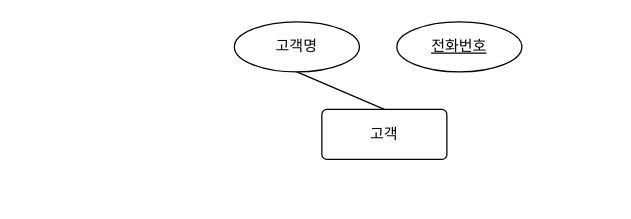
kparkjun/erd keeps this draw.io diagram as 제목 없는 다이어그램.drawio. Above is the earlier version. Source tidied: cells renumbered, new cells numbered last; positions are measured from the earlier drawing's top-left corner, leaving out a move shared by most shapes. Both pictures are drawn from the tidied source at 125%, with x=0, y=0 at pixel (234, 21).
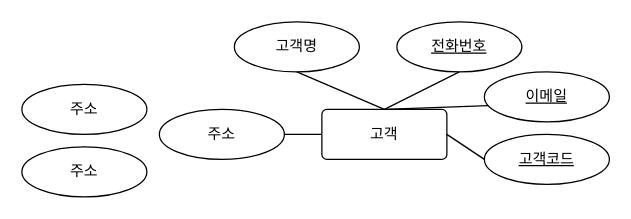
Above is the later version.

Commit message:
제목 없는 다이어그램.drawio 업데이트

The edit, as a diff of the source:
```diff
@@
 <mxGraphModel>
   <root>
     <mxCell id="0" />
     <mxCell id="1" parent="0" />
     <mxCell id="2" value="고객" style="rounded=1;arcSize=10;whiteSpace=wrap;html=1;align=center;" parent="1" vertex="1">
       <mxGeometry x="70" y="70" width="100" height="40" as="geometry" />
     </mxCell>
     <mxCell id="3" value="고객명" style="ellipse;whiteSpace=wrap;html=1;align=center;" parent="1" vertex="1">
       <mxGeometry width="100" height="40" as="geometry" />
     </mxCell>
     <mxCell id="4" style="endArrow=none;html=1;rounded=0;exitX=0.5;exitY=1;exitDx=0;exitDy=0;entryX=0.5;entryY=0;entryDx=0;entryDy=0;" parent="1" edge="1" source="3" target="2">
       <mxGeometry relative="1" as="geometry" />
     </mxCell>
     <mxCell id="5" value="전화번호" style="ellipse;whiteSpace=wrap;html=1;align=center;fontStyle=4;" parent="1" vertex="1">
       <mxGeometry x="130" width="100" height="40" as="geometry" />
     </mxCell>
+    <mxCell id="6" style="endArrow=none;html=1;rounded=0;exitX=0.5;exitY=1;exitDx=0;exitDy=0;" parent="1" edge="1" source="5">
+      <mxGeometry relative="1" as="geometry">
+        <mxPoint x="120" y="70" as="targetPoint" />
+      </mxGeometry>
+    </mxCell>
+    <mxCell id="7" value="이메일" style="ellipse;whiteSpace=wrap;html=1;align=center;fontStyle=4;" parent="1" vertex="1">
+      <mxGeometry x="200" y="40" width="100" height="40" as="geometry" />
+    </mxCell>
+    <mxCell id="8" style="endArrow=none;html=1;rounded=0;exitX=0.03;exitY=0.675;exitDx=0;exitDy=0;exitPerimeter=0;entryX=0.5;entryY=0;entryDx=0;entryDy=0;" parent="1" edge="1" source="7" target="2">
+      <mxGeometry relative="1" as="geometry" />
+    </mxCell>
+    <mxCell id="9" value="고객코드" style="ellipse;whiteSpace=wrap;html=1;align=center;fontStyle=4;" parent="1" vertex="1">
+      <mxGeometry x="200" y="90" width="100" height="40" as="geometry" />
+    </mxCell>
+    <mxCell id="10" style="endArrow=none;html=1;rounded=0;exitX=0;exitY=0.5;exitDx=0;exitDy=0;entryX=1;entryY=0.5;entryDx=0;entryDy=0;" parent="1" edge="1" source="9" target="2">
+      <mxGeometry relative="1" as="geometry" />
+    </mxCell>
+    <mxCell id="11" value="주소" style="ellipse;whiteSpace=wrap;html=1;align=center;" parent="1" vertex="1">
+      <mxGeometry x="-60" y="70" width="100" height="40" as="geometry" />
+    </mxCell>
+    <mxCell id="12" style="endArrow=none;html=1;rounded=0;exitX=1;exitY=0.5;exitDx=0;exitDy=0;entryX=0;entryY=0.5;entryDx=0;entryDy=0;" parent="1" edge="1" source="11" target="2">
+      <mxGeometry relative="1" as="geometry" />
+    </mxCell>
+    <mxCell id="13" value="주소" style="ellipse;whiteSpace=wrap;html=1;align=center;" parent="1" vertex="1">
+      <mxGeometry x="-170" y="50" width="100" height="40" as="geometry" />
+    </mxCell>
+    <mxCell id="14" value="주소" style="ellipse;whiteSpace=wrap;html=1;align=center;" parent="1" vertex="1">
+      <mxGeometry x="-170" y="100" width="100" height="40" as="geometry" />
+    </mxCell>
   </root>
 </mxGraphModel>
```
